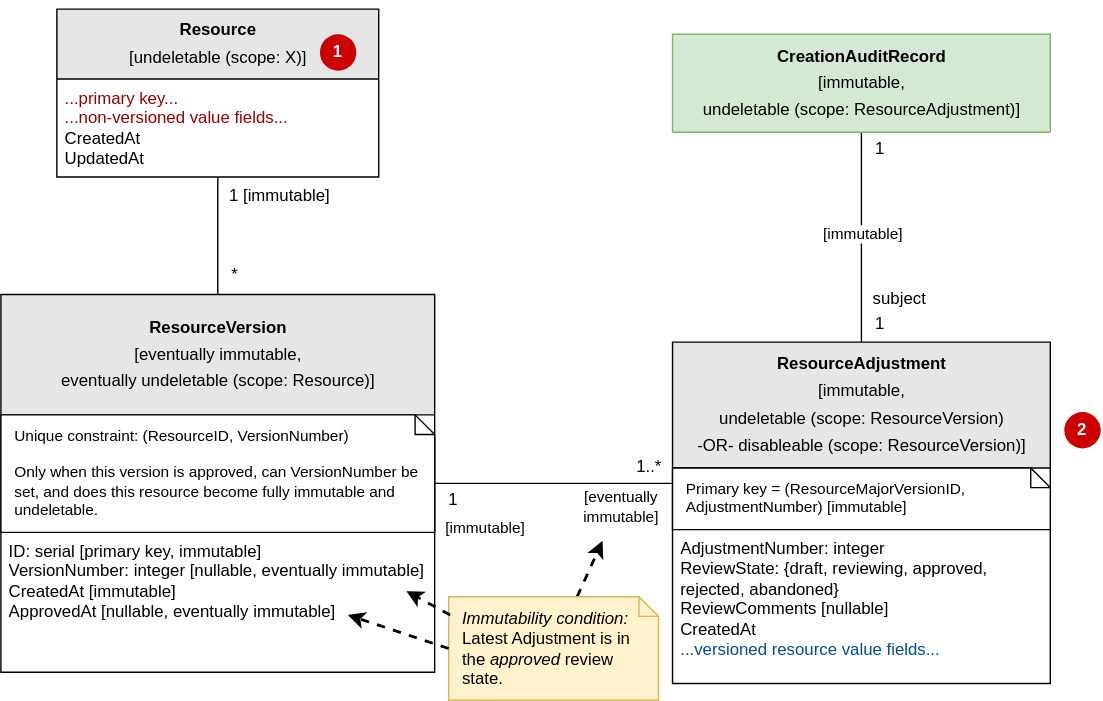
Earlier version of the draw.io export devdocs/reviewable-infra-undeletable-or-disableable.drawio.svg (fullstaq-labs/sqedule). Source tidied: cells renumbered, new cells last; positions are measured from the earlier drawing's top-left corner, leaving out a move shared by most shapes.
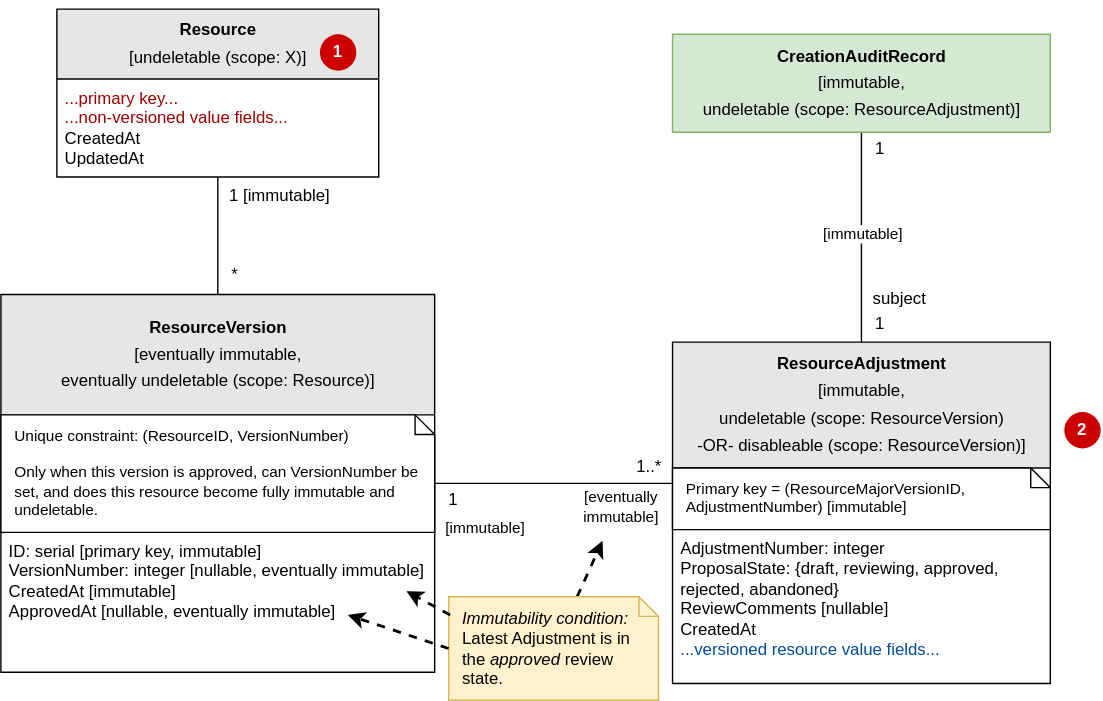
The same diagram one commit later.

What changed in the source:
```diff
@@ -87,7 +87,7 @@
     <mxCell id="21" value="Primary key = (ResourceMajorVersionID, AdjustmentNumber) [immutable]" style="shape=note;whiteSpace=wrap;html=1;size=14;verticalAlign=top;align=left;spacingTop=-6;fontSize=11;spacing=10;sketch=0;" parent="20" vertex="1">
       <mxGeometry y="90" width="270" height="44" as="geometry" />
     </mxCell>
-    <mxCell id="22" value="AdjustmentNumber: integer&lt;br&gt;ReviewState: {draft, reviewing, approved, rejected, abandoned}&lt;br&gt;ReviewComments [nullable]&lt;br&gt;CreatedAt&lt;br&gt;&lt;font color=&quot;#004c99&quot;&gt;...versioned resource value fields...&lt;/font&gt;" style="text;strokeColor=none;fillColor=none;align=left;verticalAlign=top;spacingLeft=4;spacingRight=4;overflow=hidden;whiteSpace=wrap;html=1;" parent="20" vertex="1">
+    <mxCell id="22" value="AdjustmentNumber: integer&lt;br&gt;ProposalState: {draft, reviewing, approved, rejected, abandoned}&lt;br&gt;ReviewComments [nullable]&lt;br&gt;CreatedAt&lt;br&gt;&lt;font color=&quot;#004c99&quot;&gt;...versioned resource value fields...&lt;/font&gt;" style="text;strokeColor=none;fillColor=none;align=left;verticalAlign=top;spacingLeft=4;spacingRight=4;overflow=hidden;whiteSpace=wrap;html=1;" parent="20" vertex="1">
       <mxGeometry y="134" width="270" height="110" as="geometry" />
     </mxCell>
     <mxCell id="23" value="&lt;p style=&quot;line-height: 160%&quot;&gt;Resource&lt;br&gt;&lt;span style=&quot;font-weight: normal&quot;&gt;[undeletable (scope: X)]&lt;/span&gt;&lt;/p&gt;" style="swimlane;fontStyle=1;horizontal=1;startSize=50;swimlaneFillColor=#ffffff;html=1;fillColor=#E6E6E6;" parent="1" vertex="1">
```
